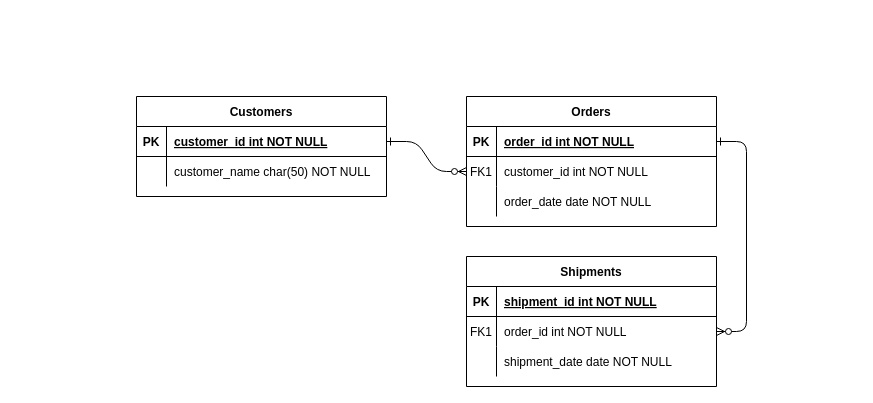
This is Untitled Diagram.drawio from sameerrswt/Diagrams, a draw.io file, before an edit. Source tidied: cells renumbered, new cells numbered last; positions are measured from the earlier drawing's top-left corner, leaving out a move shared by most shapes. Both pictures are drawn from the tidied source at 100%, with x=0, y=0 at pixel (136, 96).
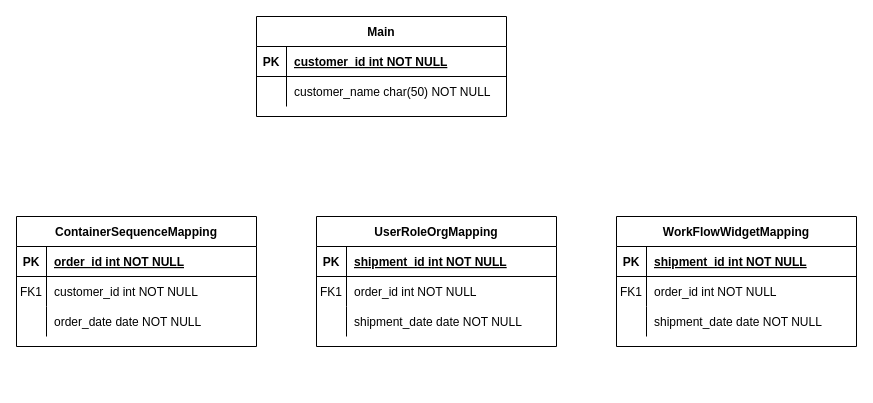
After the change.

Unchanged cells that the change refers to:
```xml
<mxCell id="25" style="shape=partialRectangle;fillColor=none;points=[[0,0.5],[1,0.5]];portConstraint=eastwest;top=0;left=0;right=0;bottom=1;" parent="24" vertex="1">
  <mxGeometry y="30" width="250" height="30" as="geometry" />
</mxCell>
```

What changed in the source:
```diff
@@
-    <mxCell id="2" style="edgeStyle=entityRelationEdgeStyle;endArrow=ERzeroToMany;startArrow=ERone;endFill=1;startFill=0;" parent="1" edge="1" source="25" target="8">
-      <mxGeometry relative="1" as="geometry" />
-    </mxCell>
-    <mxCell id="3" style="edgeStyle=entityRelationEdgeStyle;endArrow=ERzeroToMany;startArrow=ERone;endFill=1;startFill=0;" parent="1" edge="1" source="5" target="18">
-      <mxGeometry relative="1" as="geometry" />
-    </mxCell>
-    <mxCell id="4" value="Orders" style="shape=table;startSize=30;childLayout=tableLayout;rowLines=0;fontStyle=1;align=center;" parent="1" vertex="1">
-      <mxGeometry x="330" width="250" height="130" as="geometry" />
+    <mxCell id="4" value="ContainerSequenceMapping" style="shape=table;startSize=30;childLayout=tableLayout;rowLines=0;fontStyle=1;align=center;" parent="1" vertex="1">
+      <mxGeometry x="-120" y="120" width="240" height="130" as="geometry" />
     </mxCell>
     <mxCell id="5" style="shape=partialRectangle;fillColor=none;points=[[0,0.5],[1,0.5]];portConstraint=eastwest;top=0;left=0;right=0;bottom=1;" parent="4" vertex="1">
-      <mxGeometry y="30" width="250" height="30" as="geometry" />
+      <mxGeometry y="30" width="240" height="30" as="geometry" />
     </mxCell>
@@
     <mxCell id="7" value="order_id int NOT NULL " style="shape=partialRectangle;overflow=hidden;fillColor=none;top=0;left=0;bottom=0;right=0;align=left;spacingLeft=6;fontStyle=5;" parent="5" vertex="1">
-      <mxGeometry x="30" width="220" height="30" as="geometry" />
+      <mxGeometry x="30" width="210" height="30" as="geometry" />
     </mxCell>
     <mxCell id="8" style="shape=partialRectangle;fillColor=none;points=[[0,0.5],[1,0.5]];portConstraint=eastwest;top=0;left=0;right=0;bottom=0;" parent="4" vertex="1">
-      <mxGeometry y="60" width="250" height="30" as="geometry" />
+      <mxGeometry y="60" width="240" height="30" as="geometry" />
     </mxCell>
@@
     <mxCell id="10" value="customer_id int NOT NULL" style="shape=partialRectangle;overflow=hidden;fillColor=none;top=0;left=0;bottom=0;right=0;align=left;spacingLeft=6;" parent="8" vertex="1">
-      <mxGeometry x="30" width="220" height="30" as="geometry" />
+      <mxGeometry x="30" width="210" height="30" as="geometry" />
     </mxCell>
     <mxCell id="11" style="shape=partialRectangle;fillColor=none;top=0;left=0;right=0;bottom=0;" parent="4" vertex="1">
-      <mxGeometry y="90" width="250" height="30" as="geometry" />
+      <mxGeometry y="90" width="240" height="30" as="geometry" />
     </mxCell>
@@
     <mxCell id="13" value="order_date date NOT NULL" style="shape=partialRectangle;overflow=hidden;fillColor=none;top=0;left=0;bottom=0;right=0;align=left;spacingLeft=6;" parent="11" vertex="1">
-      <mxGeometry x="30" width="220" height="30" as="geometry" />
+      <mxGeometry x="30" width="210" height="30" as="geometry" />
     </mxCell>
-    <mxCell id="14" value="Shipments" style="shape=table;startSize=30;childLayout=tableLayout;rowLines=0;fontStyle=1;align=center;" parent="1" vertex="1">
-      <mxGeometry x="330" y="160" width="250" height="130" as="geometry" />
-    </mxCell>
-    <mxCell id="15" style="shape=partialRectangle;fillColor=none;top=0;left=0;right=0;bottom=1;" parent="14" vertex="1">
-      <mxGeometry y="30" width="250" height="30" as="geometry" />
-    </mxCell>
-    <mxCell id="16" value="PK" style="shape=partialRectangle;overflow=hidden;fillColor=none;top=0;left=0;bottom=0;right=0;fontStyle=1;" parent="15" vertex="1">
-      <mxGeometry width="30" height="30" as="geometry" />
-    </mxCell>
-    <mxCell id="17" value="shipment_id int NOT NULL " style="shape=partialRectangle;overflow=hidden;fillColor=none;top=0;left=0;bottom=0;right=0;align=left;spacingLeft=6;fontStyle=5;" parent="15" vertex="1">
-      <mxGeometry x="30" width="220" height="30" as="geometry" />
-    </mxCell>
-    <mxCell id="18" style="shape=partialRectangle;fillColor=none;points=[[0,0.5],[1,0.5]];portConstraint=eastwest;top=0;left=0;right=0;bottom=0;" parent="14" vertex="1">
-      <mxGeometry y="60" width="250" height="30" as="geometry" />
-    </mxCell>
-    <mxCell id="19" value="FK1" style="shape=partialRectangle;overflow=hidden;fillColor=none;top=0;left=0;bottom=0;right=0;" parent="18" vertex="1">
-      <mxGeometry width="30" height="30" as="geometry" />
-    </mxCell>
-    <mxCell id="20" value="order_id int NOT NULL" style="shape=partialRectangle;overflow=hidden;fillColor=none;top=0;left=0;bottom=0;right=0;align=left;spacingLeft=6;" parent="18" vertex="1">
-      <mxGeometry x="30" width="220" height="30" as="geometry" />
-    </mxCell>
-    <mxCell id="21" style="shape=partialRectangle;fillColor=none;top=0;left=0;right=0;bottom=0;" parent="14" vertex="1">
-      <mxGeometry y="90" width="250" height="30" as="geometry" />
-    </mxCell>
-    <mxCell id="22" style="shape=partialRectangle;overflow=hidden;fillColor=none;top=0;left=0;bottom=0;right=0;" parent="21" vertex="1">
-      <mxGeometry width="30" height="30" as="geometry" />
-    </mxCell>
-    <mxCell id="23" value="shipment_date date NOT NULL" style="shape=partialRectangle;overflow=hidden;fillColor=none;top=0;left=0;bottom=0;right=0;align=left;spacingLeft=6;" parent="21" vertex="1">
-      <mxGeometry x="30" width="220" height="30" as="geometry" />
-    </mxCell>
-    <mxCell id="24" value="Customers" style="shape=table;startSize=30;childLayout=tableLayout;rowLines=0;fontStyle=1;align=center;" parent="1" vertex="1">
-      <mxGeometry width="250" height="100" as="geometry" />
+    <mxCell id="24" value="Main" style="shape=table;startSize=30;childLayout=tableLayout;rowLines=0;fontStyle=1;align=center;" parent="1" vertex="1">
+      <mxGeometry x="120" y="-80" width="250" height="100" as="geometry" />
     </mxCell>
@@
+    <mxCell id="31" value="UserRoleOrgMapping" style="shape=table;startSize=30;childLayout=tableLayout;rowLines=0;fontStyle=1;align=center;" parent="1" vertex="1">
+      <mxGeometry x="180" y="120" width="240" height="130" as="geometry" />
+    </mxCell>
+    <mxCell id="32" style="shape=partialRectangle;fillColor=none;top=0;left=0;right=0;bottom=1;" parent="31" vertex="1">
+      <mxGeometry y="30" width="240" height="30" as="geometry" />
+    </mxCell>
+    <mxCell id="33" value="PK" style="shape=partialRectangle;overflow=hidden;fillColor=none;top=0;left=0;bottom=0;right=0;fontStyle=1;" parent="32" vertex="1">
+      <mxGeometry width="30" height="30" as="geometry" />
+    </mxCell>
+    <mxCell id="34" value="shipment_id int NOT NULL " style="shape=partialRectangle;overflow=hidden;fillColor=none;top=0;left=0;bottom=0;right=0;align=left;spacingLeft=6;fontStyle=5;" parent="32" vertex="1">
+      <mxGeometry x="30" width="210" height="30" as="geometry" />
+    </mxCell>
+    <mxCell id="35" style="shape=partialRectangle;fillColor=none;top=0;left=0;right=0;bottom=0;" parent="31" vertex="1">
+      <mxGeometry y="60" width="240" height="30" as="geometry" />
+    </mxCell>
+    <mxCell id="36" value="FK1" style="shape=partialRectangle;overflow=hidden;fillColor=none;top=0;left=0;bottom=0;right=0;" parent="35" vertex="1">
+      <mxGeometry width="30" height="30" as="geometry" />
+    </mxCell>
+    <mxCell id="37" value="order_id int NOT NULL" style="shape=partialRectangle;overflow=hidden;fillColor=none;top=0;left=0;bottom=0;right=0;align=left;spacingLeft=6;" parent="35" vertex="1">
+      <mxGeometry x="30" width="210" height="30" as="geometry" />
+    </mxCell>
+    <mxCell id="38" style="shape=partialRectangle;fillColor=none;top=0;left=0;right=0;bottom=0;" parent="31" vertex="1">
+      <mxGeometry y="90" width="240" height="30" as="geometry" />
+    </mxCell>
+    <mxCell id="39" style="shape=partialRectangle;overflow=hidden;fillColor=none;top=0;left=0;bottom=0;right=0;" parent="38" vertex="1">
+      <mxGeometry width="30" height="30" as="geometry" />
+    </mxCell>
+    <mxCell id="40" value="shipment_date date NOT NULL" style="shape=partialRectangle;overflow=hidden;fillColor=none;top=0;left=0;bottom=0;right=0;align=left;spacingLeft=6;" parent="38" vertex="1">
+      <mxGeometry x="30" width="210" height="30" as="geometry" />
+    </mxCell>
+    <mxCell id="41" value="WorkFlowWidgetMapping" style="shape=table;startSize=30;childLayout=tableLayout;rowLines=0;fontStyle=1;align=center;" parent="1" vertex="1">
+      <mxGeometry x="480" y="120" width="240" height="130" as="geometry" />
+    </mxCell>
+    <mxCell id="42" style="shape=partialRectangle;fillColor=none;top=0;left=0;right=0;bottom=1;" parent="41" vertex="1">
+      <mxGeometry y="30" width="240" height="30" as="geometry" />
+    </mxCell>
+    <mxCell id="43" value="PK" style="shape=partialRectangle;overflow=hidden;fillColor=none;top=0;left=0;bottom=0;right=0;fontStyle=1;" parent="42" vertex="1">
+      <mxGeometry width="30" height="30" as="geometry" />
+    </mxCell>
+    <mxCell id="44" value="shipment_id int NOT NULL " style="shape=partialRectangle;overflow=hidden;fillColor=none;top=0;left=0;bottom=0;right=0;align=left;spacingLeft=6;fontStyle=5;" parent="42" vertex="1">
+      <mxGeometry x="30" width="210" height="30" as="geometry" />
+    </mxCell>
+    <mxCell id="45" style="shape=partialRectangle;fillColor=none;top=0;left=0;right=0;bottom=0;" parent="41" vertex="1">
+      <mxGeometry y="60" width="240" height="30" as="geometry" />
+    </mxCell>
+    <mxCell id="46" value="FK1" style="shape=partialRectangle;overflow=hidden;fillColor=none;top=0;left=0;bottom=0;right=0;" parent="45" vertex="1">
+      <mxGeometry width="30" height="30" as="geometry" />
+    </mxCell>
+    <mxCell id="47" value="order_id int NOT NULL" style="shape=partialRectangle;overflow=hidden;fillColor=none;top=0;left=0;bottom=0;right=0;align=left;spacingLeft=6;" parent="45" vertex="1">
+      <mxGeometry x="30" width="210" height="30" as="geometry" />
+    </mxCell>
+    <mxCell id="48" style="shape=partialRectangle;fillColor=none;top=0;left=0;right=0;bottom=0;" parent="41" vertex="1">
+      <mxGeometry y="90" width="240" height="30" as="geometry" />
+    </mxCell>
+    <mxCell id="49" style="shape=partialRectangle;overflow=hidden;fillColor=none;top=0;left=0;bottom=0;right=0;" parent="48" vertex="1">
+      <mxGeometry width="30" height="30" as="geometry" />
+    </mxCell>
+    <mxCell id="50" value="shipment_date date NOT NULL" style="shape=partialRectangle;overflow=hidden;fillColor=none;top=0;left=0;bottom=0;right=0;align=left;spacingLeft=6;" parent="48" vertex="1">
+      <mxGeometry x="30" width="210" height="30" as="geometry" />
+    </mxCell>
```
